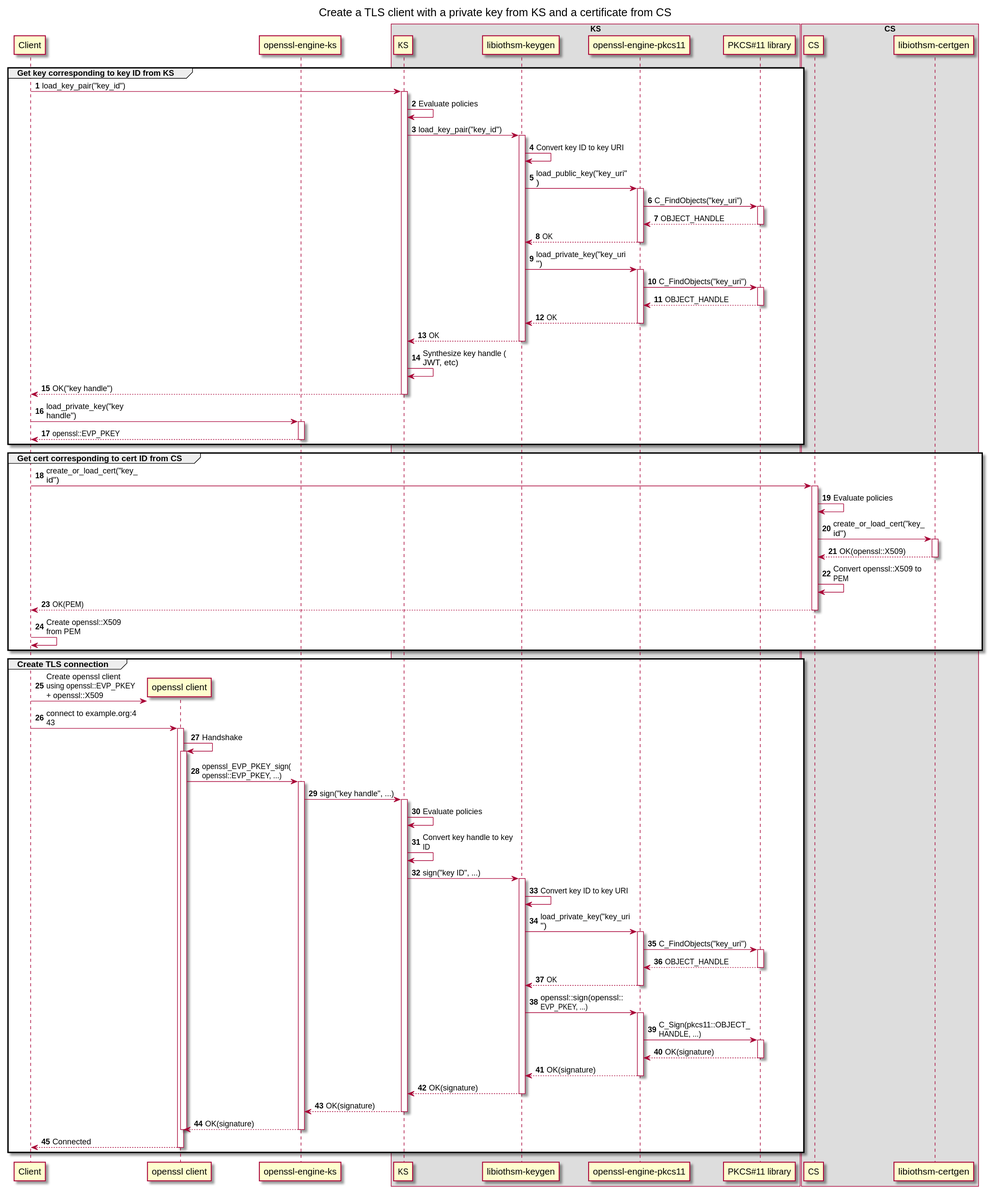
Earlier version of the PlantUML export docs/img/openssl-engine-internals-tls-client.svg (Azure/iot-identity-service). Its diagram source:
```plantuml
@startuml

title Create a TLS client with a private key from KS and a certificate from CS
skinparam maxMessageSize 150

participant Client
participant "openssl client" as openssl
participant "openssl-engine-ks"

box KS
participant KS
participant "libiothsm-keygen"
participant "openssl-engine-pkcs11"
participant "PKCS#11 library" as pkcs11
end box

box CS
participant CS
participant "libiothsm-certgen"
end box

autonumber

group Get key corresponding to key ID from KS
	Client -> KS ++: load_key_pair("key_id")
	KS -> KS: Evaluate policies
	KS -> "libiothsm-keygen" ++: load_key_pair("key_id")
	"libiothsm-keygen" -> "libiothsm-keygen": Convert key ID to key URI
	"libiothsm-keygen" -> "openssl-engine-pkcs11" ++: load_public_key("key_uri")
	"openssl-engine-pkcs11" -> pkcs11 ++: C_FindObjects("key_uri")
	return OBJECT_HANDLE
	return OK
	"libiothsm-keygen" -> "openssl-engine-pkcs11" ++: load_private_key("key_uri")
	"openssl-engine-pkcs11" -> pkcs11 ++: C_FindObjects("key_uri")
	return OBJECT_HANDLE
	return OK
	return OK
	KS -> KS: Synthesize key handle (JWT, etc)
	return OK("key handle")
	Client -> "openssl-engine-ks" ++: load_private_key("key handle")
	return openssl::EVP_PKEY
end

group Get cert corresponding to cert ID from CS
	Client -> CS ++: create_or_load_cert("key_id")
	CS -> CS: Evaluate policies
	CS -> "libiothsm-certgen" ++: create_or_load_cert("key_id")
	return OK(openssl::X509)
	CS -> CS: Convert openssl::X509 to PEM
	return OK(PEM)

	Client -> Client: Create openssl::X509 from PEM
end

group Create TLS connection
	Client -> openssl **: Create openssl client using openssl::EVP_PKEY + openssl::X509
	Client -> openssl ++: connect to example.org:443

	openssl -> openssl ++: Handshake
	openssl -> "openssl-engine-ks" ++: openssl_EVP_PKEY_sign(openssl::EVP_PKEY, ...)
	"openssl-engine-ks" -> KS ++: sign("key handle", ...)
	KS -> KS: Evaluate policies
	KS -> KS: Convert key handle to key ID
	KS -> "libiothsm-keygen" ++: sign("key ID", ...)
	"libiothsm-keygen" -> "libiothsm-keygen": Convert key ID to key URI
	"libiothsm-keygen" -> "openssl-engine-pkcs11" ++: load_private_key("key_uri")
	"openssl-engine-pkcs11" -> pkcs11 ++: C_FindObjects("key_uri")
	return OBJECT_HANDLE
	return OK
	"libiothsm-keygen" -> "openssl-engine-pkcs11" ++: openssl::sign(openssl::EVP_PKEY, ...)
	"openssl-engine-pkcs11" -> pkcs11 ++: C_Sign(pkcs11::OBJECT_HANDLE, ...)
	return OK(signature)
	return OK(signature)
	return OK(signature)
	return OK(signature)
	return OK(signature)
	deactivate openssl
	return Connected
end

@enduml
```
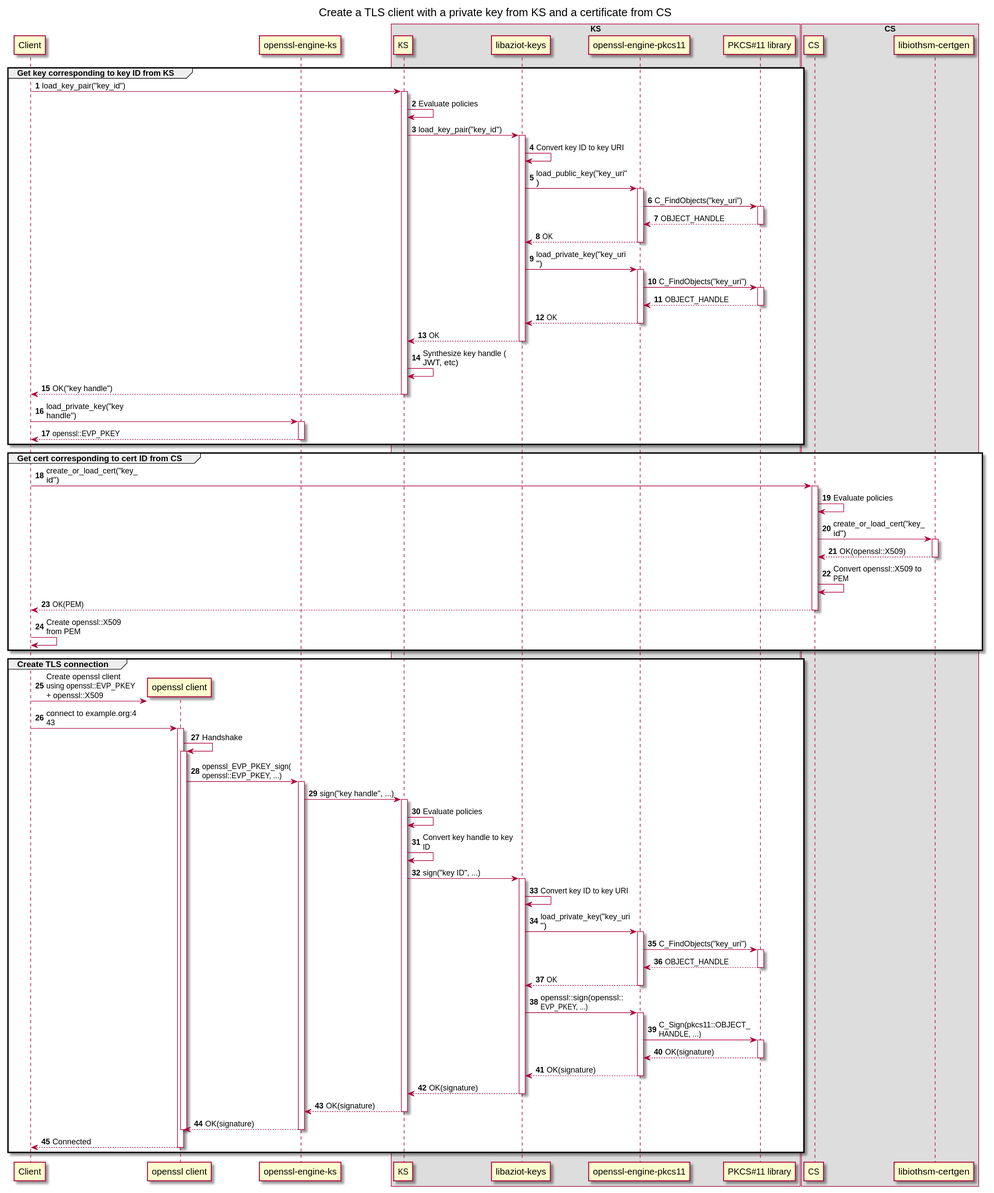
Above is the later version.

Diff of the diagram source:
```diff
@@ -9,7 +9,7 @@
 
 box KS
 participant KS
-participant "libiothsm-keygen"
+participant "libaziot-keys"
 participant "openssl-engine-pkcs11"
 participant "PKCS#11 library" as pkcs11
 end box
@@ -24,13 +24,13 @@
 group Get key corresponding to key ID from KS
 	Client -> KS ++: load_key_pair("key_id")
 	KS -> KS: Evaluate policies
-	KS -> "libiothsm-keygen" ++: load_key_pair("key_id")
-	"libiothsm-keygen" -> "libiothsm-keygen": Convert key ID to key URI
-	"libiothsm-keygen" -> "openssl-engine-pkcs11" ++: load_public_key("key_uri")
+	KS -> "libaziot-keys" ++: load_key_pair("key_id")
+	"libaziot-keys" -> "libaziot-keys": Convert key ID to key URI
+	"libaziot-keys" -> "openssl-engine-pkcs11" ++: load_public_key("key_uri")
 	"openssl-engine-pkcs11" -> pkcs11 ++: C_FindObjects("key_uri")
 	return OBJECT_HANDLE
 	return OK
-	"libiothsm-keygen" -> "openssl-engine-pkcs11" ++: load_private_key("key_uri")
+	"libaziot-keys" -> "openssl-engine-pkcs11" ++: load_private_key("key_uri")
 	"openssl-engine-pkcs11" -> pkcs11 ++: C_FindObjects("key_uri")
 	return OBJECT_HANDLE
 	return OK
@@ -61,13 +61,13 @@
 	"openssl-engine-ks" -> KS ++: sign("key handle", ...)
 	KS -> KS: Evaluate policies
 	KS -> KS: Convert key handle to key ID
-	KS -> "libiothsm-keygen" ++: sign("key ID", ...)
-	"libiothsm-keygen" -> "libiothsm-keygen": Convert key ID to key URI
-	"libiothsm-keygen" -> "openssl-engine-pkcs11" ++: load_private_key("key_uri")
+	KS -> "libaziot-keys" ++: sign("key ID", ...)
+	"libaziot-keys" -> "libaziot-keys": Convert key ID to key URI
+	"libaziot-keys" -> "openssl-engine-pkcs11" ++: load_private_key("key_uri")
 	"openssl-engine-pkcs11" -> pkcs11 ++: C_FindObjects("key_uri")
 	return OBJECT_HANDLE
 	return OK
-	"libiothsm-keygen" -> "openssl-engine-pkcs11" ++: openssl::sign(openssl::EVP_PKEY, ...)
+	"libaziot-keys" -> "openssl-engine-pkcs11" ++: openssl::sign(openssl::EVP_PKEY, ...)
 	"openssl-engine-pkcs11" -> pkcs11 ++: C_Sign(pkcs11::OBJECT_HANDLE, ...)
 	return OK(signature)
 	return OK(signature)
```
